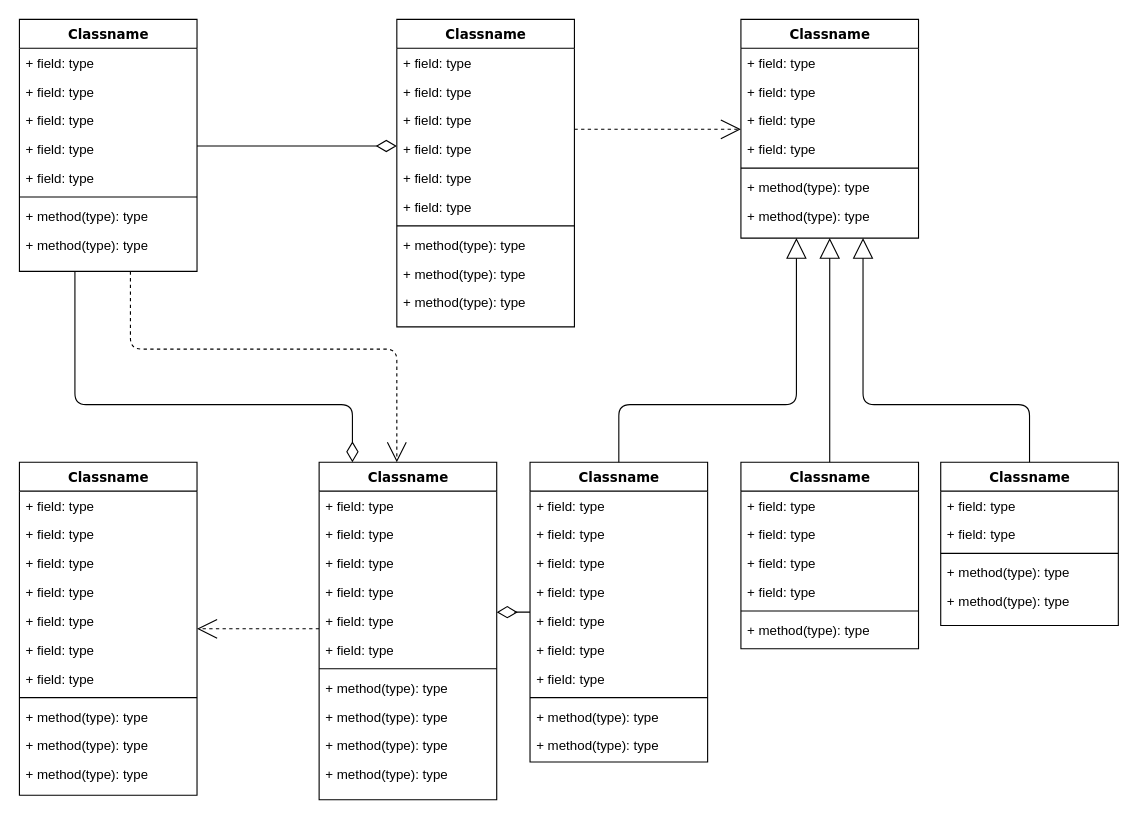
This is SE1/workshop-3/class-diagram.drawio from seg-org/diagrams, a draw.io file, before an edit. Source tidied: cells renumbered, new cells numbered last; positions are measured from the earlier drawing's top-left corner, leaving out a move shared by most shapes. Both pictures are drawn from the tidied source at 111%, with x=0, y=0 at pixel (19, 19).
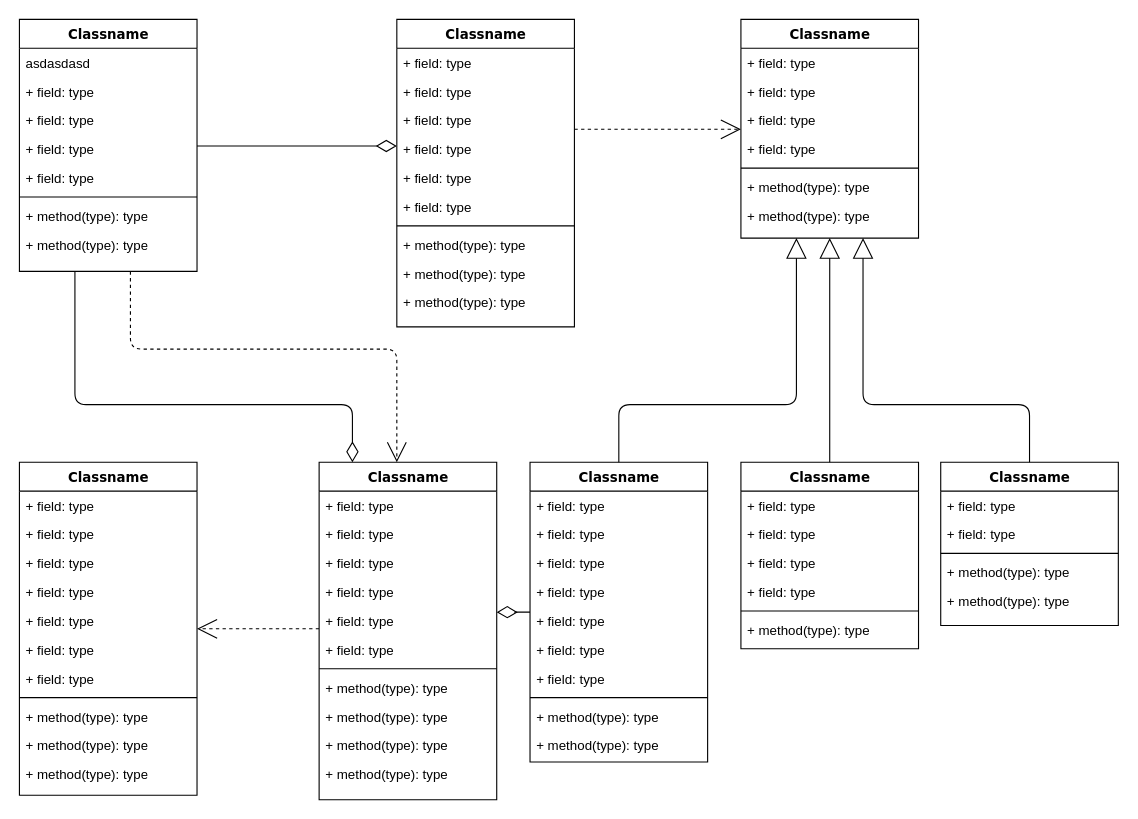
Above is the later version.

Unchanged cells that the change refers to:
```xml
<mxCell id="4" value="Classname" style="swimlane;html=1;fontStyle=1;align=center;verticalAlign=top;horizontal=1;startSize=26;swimlaneFillColor=#ffffff;rounded=0;shadow=0;comic=0;labelBackgroundColor=none;strokeWidth=1;fillColor=none;fontFamily=Verdana;fontSize=12;" parent="1" vertex="1">
  <mxGeometry width="160" height="227" as="geometry" />
</mxCell>
```

Diff of the diagram source:
```diff
@@
-    <mxCell id="5" value="+ field: type" style="text;html=1;strokeColor=none;fillColor=none;align=left;verticalAlign=top;spacingLeft=4;spacingRight=4;whiteSpace=wrap;overflow=hidden;" parent="4" vertex="1">
+    <mxCell id="5" value="asdasdasd" style="text;html=1;strokeColor=none;fillColor=none;align=left;verticalAlign=top;spacingLeft=4;spacingRight=4;whiteSpace=wrap;overflow=hidden;" parent="4" vertex="1">
       <mxGeometry y="26" width="160" height="26" as="geometry" />
     </mxCell>
```
